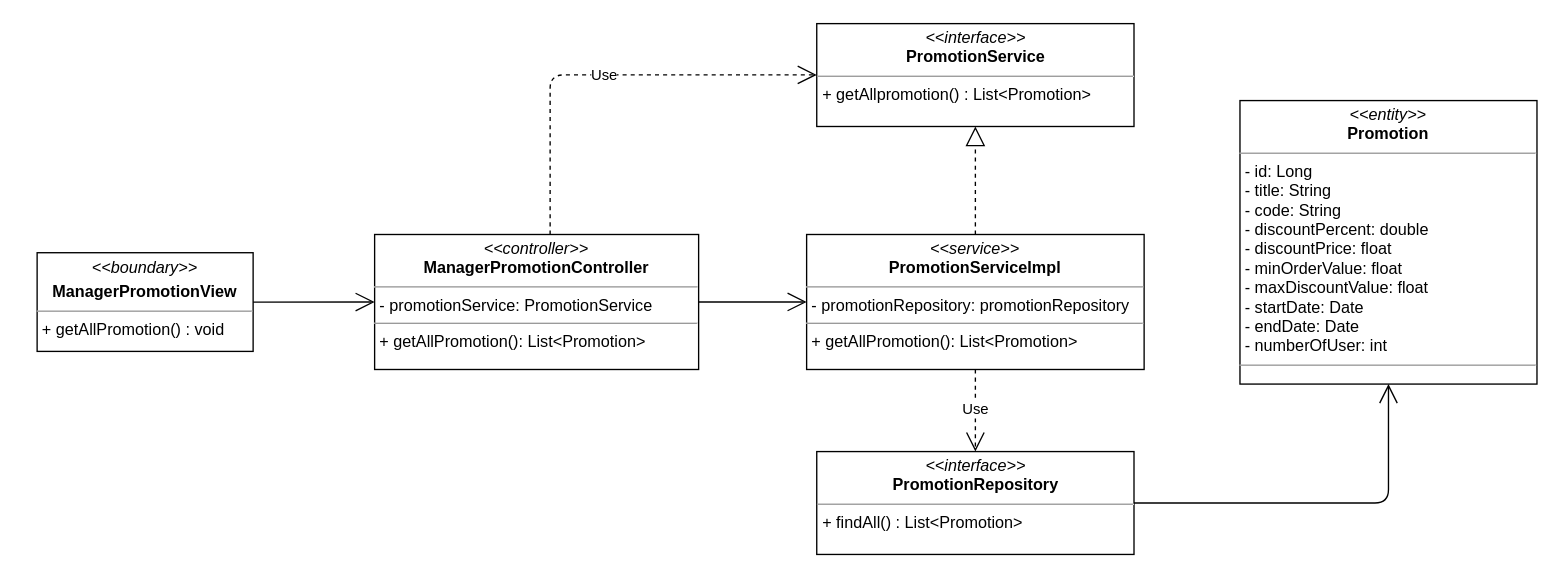
nguyenphamvan/datn_20202 keeps this draw.io diagram as class diagram/manager-promotion-class-diagram.drawio. Above is the earlier version. Source tidied: cells renumbered, new cells numbered last; positions are measured from the earlier drawing's top-left corner, leaving out a move shared by most shapes. Both pictures are drawn from the tidied source at 135%, with x=0, y=0 at pixel (36, 23).
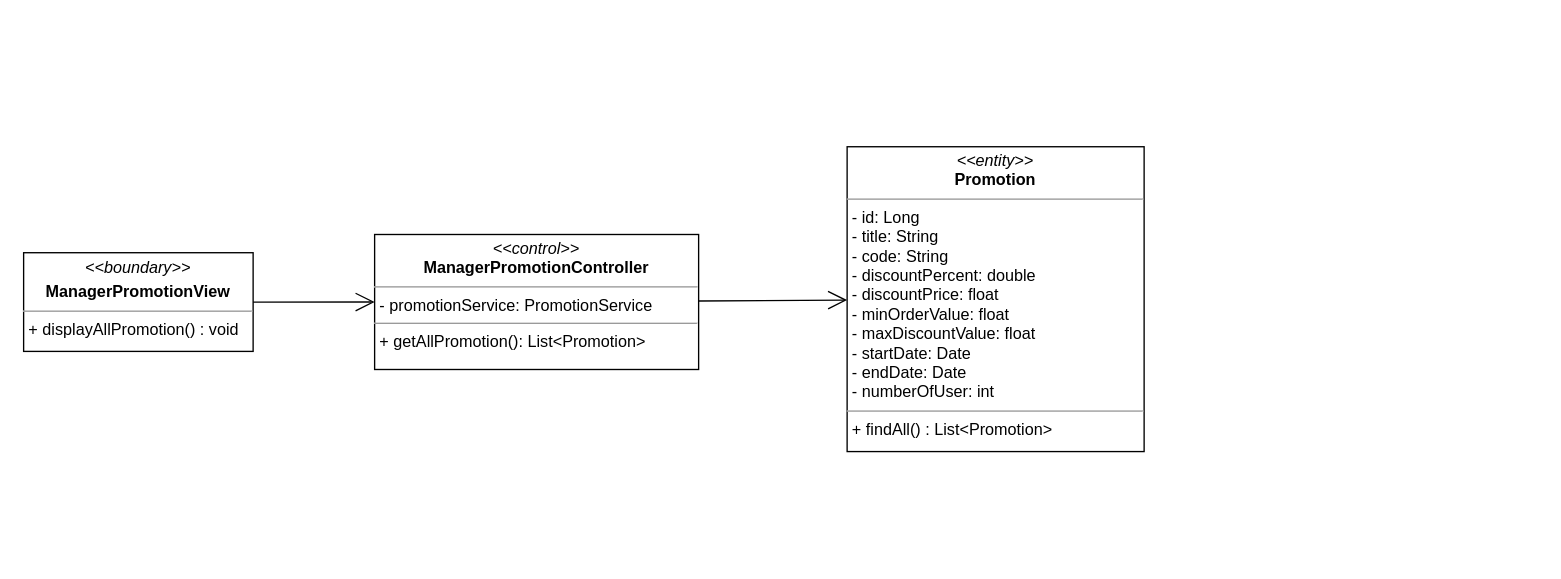
After the change.

The edit, as a diff of the source:
```diff
@@
 <mxGraphModel>
   <root>
     <mxCell id="0" />
     <mxCell id="1" parent="0" />
-    <mxCell id="2" value="&lt;p style=&quot;margin: 0px ; margin-top: 4px ; text-align: center&quot;&gt;&lt;i&gt;&amp;lt;&amp;lt;boundary&amp;gt;&amp;gt;&lt;/i&gt;&lt;/p&gt;&lt;p style=&quot;margin: 0px ; margin-top: 4px ; text-align: center&quot;&gt;&lt;b&gt;ManagerPromotionView&lt;/b&gt;&lt;/p&gt;&lt;hr size=&quot;1&quot;&gt;&lt;p style=&quot;margin: 0px ; margin-left: 4px&quot;&gt;&lt;span&gt;+ getAllPromotion() : void&lt;/span&gt;&lt;br&gt;&lt;/p&gt;" style="verticalAlign=top;align=left;overflow=fill;fontSize=12;fontFamily=Helvetica;html=1;" parent="1" vertex="1">
-      <mxGeometry y="169.7" width="160" height="73.1" as="geometry" />
+    <mxCell id="2" value="&lt;p style=&quot;margin: 0px ; margin-top: 4px ; text-align: center&quot;&gt;&lt;i&gt;&amp;lt;&amp;lt;boundary&amp;gt;&amp;gt;&lt;/i&gt;&lt;/p&gt;&lt;p style=&quot;margin: 0px ; margin-top: 4px ; text-align: center&quot;&gt;&lt;b&gt;ManagerPromotionView&lt;/b&gt;&lt;/p&gt;&lt;hr size=&quot;1&quot;&gt;&lt;p style=&quot;margin: 0px ; margin-left: 4px&quot;&gt;&lt;span&gt;+ displayAllPromotion() : void&lt;/span&gt;&lt;br&gt;&lt;/p&gt;" style="verticalAlign=top;align=left;overflow=fill;fontSize=12;fontFamily=Helvetica;html=1;" parent="1" vertex="1">
+      <mxGeometry x="-10" y="169.7" width="170" height="73.1" as="geometry" />
     </mxCell>
     <mxCell id="3" style="endArrow=open;endFill=1;endSize=12;html=1;entryX=0;entryY=0.5;entryDx=0;entryDy=0;exitX=1;exitY=0.5;exitDx=0;exitDy=0;" parent="1" edge="1" source="2" target="7">
       <mxGeometry relative="1" as="geometry" />
     </mxCell>
-    <mxCell id="4" style="endArrow=open;endFill=1;endSize=12;html=1;exitX=1;exitY=0.5;exitDx=0;exitDy=0;edgeStyle=orthogonalEdgeStyle;" parent="1" edge="1" source="5" target="13">
-      <mxGeometry relative="1" as="geometry" />
-    </mxCell>
-    <mxCell id="5" value="&lt;p style=&quot;margin: 0px ; margin-top: 4px ; text-align: center&quot;&gt;&lt;i&gt;&amp;lt;&amp;lt;interface&amp;gt;&amp;gt;&lt;/i&gt;&lt;br&gt;&lt;b&gt;PromotionRepository&lt;/b&gt;&lt;/p&gt;&lt;hr size=&quot;1&quot;&gt;&lt;p style=&quot;margin: 0px ; margin-left: 4px&quot;&gt;+ findAll() : List&amp;lt;Promotion&amp;gt;&lt;/p&gt;" style="verticalAlign=top;align=left;overflow=fill;fontSize=12;fontFamily=Helvetica;html=1;" parent="1" vertex="1">
-      <mxGeometry x="577.5" y="317" width="235" height="76.2" as="geometry" />
-    </mxCell>
-    <mxCell id="6" value="&lt;p style=&quot;margin: 0px ; margin-top: 4px ; text-align: center&quot;&gt;&lt;i&gt;&amp;lt;&amp;lt;interface&amp;gt;&amp;gt;&lt;/i&gt;&lt;br&gt;&lt;b&gt;PromotionService&lt;/b&gt;&lt;/p&gt;&lt;hr size=&quot;1&quot;&gt;&lt;p style=&quot;margin: 0px ; margin-left: 4px&quot;&gt;+ getAllpromotion() : List&amp;lt;Promotion&amp;gt;&lt;/p&gt;" style="verticalAlign=top;align=left;overflow=fill;fontSize=12;fontFamily=Helvetica;html=1;" parent="1" vertex="1">
-      <mxGeometry x="577.5" width="235" height="76.2" as="geometry" />
-    </mxCell>
-    <mxCell id="7" value="&lt;p style=&quot;margin: 0px ; margin-top: 4px ; text-align: center&quot;&gt;&lt;i&gt;&amp;lt;&amp;lt;controller&amp;gt;&amp;gt;&lt;/i&gt;&lt;br&gt;&lt;b&gt;ManagerPromotionController&lt;/b&gt;&lt;br&gt;&lt;/p&gt;&lt;hr size=&quot;1&quot;&gt;&lt;p style=&quot;margin: 0px ; margin-left: 4px&quot;&gt;- promotionService: PromotionService&lt;br&gt;&lt;/p&gt;&lt;hr size=&quot;1&quot;&gt;&lt;p style=&quot;margin: 0px ; margin-left: 4px&quot;&gt;+ getAllPromotion(): List&amp;lt;Promotion&amp;gt;&lt;br&gt;&lt;/p&gt;" style="verticalAlign=top;align=left;overflow=fill;fontSize=12;fontFamily=Helvetica;html=1;" parent="1" vertex="1">
+    <mxCell id="7" value="&lt;p style=&quot;margin: 0px ; margin-top: 4px ; text-align: center&quot;&gt;&lt;i&gt;&amp;lt;&amp;lt;control&amp;gt;&amp;gt;&lt;/i&gt;&lt;br&gt;&lt;b&gt;ManagerPromotionController&lt;/b&gt;&lt;br&gt;&lt;/p&gt;&lt;hr size=&quot;1&quot;&gt;&lt;p style=&quot;margin: 0px ; margin-left: 4px&quot;&gt;- promotionService: PromotionService&lt;br&gt;&lt;/p&gt;&lt;hr size=&quot;1&quot;&gt;&lt;p style=&quot;margin: 0px ; margin-left: 4px&quot;&gt;+ getAllPromotion(): List&amp;lt;Promotion&amp;gt;&lt;br&gt;&lt;/p&gt;" style="verticalAlign=top;align=left;overflow=fill;fontSize=12;fontFamily=Helvetica;html=1;" parent="1" vertex="1">
       <mxGeometry x="250" y="156.2" width="240" height="100" as="geometry" />
     </mxCell>
-    <mxCell id="8" value="&lt;p style=&quot;margin: 0px ; margin-top: 4px ; text-align: center&quot;&gt;&lt;i&gt;&amp;lt;&amp;lt;service&amp;gt;&amp;gt;&lt;/i&gt;&lt;br&gt;&lt;b&gt;PromotionServiceImpl&lt;/b&gt;&lt;/p&gt;&lt;hr size=&quot;1&quot;&gt;&lt;p style=&quot;margin: 0px ; margin-left: 4px&quot;&gt;- promotionRepository: promotionRepository&lt;br&gt;&lt;/p&gt;&lt;hr size=&quot;1&quot;&gt;&lt;p style=&quot;margin: 0px ; margin-left: 4px&quot;&gt;+ getAllPromotion(): List&amp;lt;Promotion&amp;gt;&lt;br&gt;&lt;/p&gt;" style="verticalAlign=top;align=left;overflow=fill;fontSize=12;fontFamily=Helvetica;html=1;" parent="1" vertex="1">
-      <mxGeometry x="570" y="156.2" width="250" height="100" as="geometry" />
-    </mxCell>
-    <mxCell id="9" value="Use" style="endArrow=open;endSize=12;dashed=1;html=1;edgeStyle=orthogonalEdgeStyle;" parent="1" edge="1" source="7" target="6">
-      <mxGeometry relative="1" as="geometry">
-        <Array as="points">
-          <mxPoint x="380" y="38" />
-        </Array>
-      </mxGeometry>
-    </mxCell>
-    <mxCell id="10" style="endArrow=block;dashed=1;endFill=0;endSize=12;html=1;" parent="1" edge="1" source="8" target="6">
-      <mxGeometry relative="1" as="geometry" />
-    </mxCell>
-    <mxCell id="11" value="Use" style="endArrow=open;endSize=12;dashed=1;html=1;" parent="1" edge="1" source="8" target="5">
-      <mxGeometry relative="1" as="geometry" />
-    </mxCell>
-    <mxCell id="12" style="endArrow=open;endFill=1;endSize=12;html=1;" parent="1" edge="1" source="7" target="8">
+    <mxCell id="12" style="endArrow=open;endFill=1;endSize=12;html=1;" parent="1" edge="1" source="7" target="13">
       <mxGeometry relative="1" as="geometry" />
     </mxCell>
-    <mxCell id="13" value="&lt;p style=&quot;margin: 0px ; margin-top: 4px ; text-align: center&quot;&gt;&lt;i&gt;&amp;lt;&amp;lt;entity&amp;gt;&amp;gt;&lt;/i&gt;&lt;br&gt;&lt;b&gt;Promotion&lt;/b&gt;&lt;/p&gt;&lt;hr size=&quot;1&quot;&gt;&lt;p style=&quot;margin: 0px ; margin-left: 4px&quot;&gt;- id: Long&lt;/p&gt;&lt;p style=&quot;margin: 0px 0px 0px 4px&quot;&gt;- title: String&lt;br&gt;- code: String&lt;/p&gt;&lt;p style=&quot;margin: 0px 0px 0px 4px&quot;&gt;- discountPercent: double&lt;/p&gt;&lt;p style=&quot;margin: 0px 0px 0px 4px&quot;&gt;- discountPrice: float&lt;/p&gt;&lt;p style=&quot;margin: 0px 0px 0px 4px&quot;&gt;- minOrderValue: float&lt;/p&gt;&lt;p style=&quot;margin: 0px 0px 0px 4px&quot;&gt;- maxDiscountValue: float&lt;/p&gt;&lt;p style=&quot;margin: 0px 0px 0px 4px&quot;&gt;- startDate: Date&lt;/p&gt;&lt;p style=&quot;margin: 0px 0px 0px 4px&quot;&gt;- endDate: Date&lt;/p&gt;&lt;p style=&quot;margin: 0px 0px 0px 4px&quot;&gt;- numberOfUser: int&lt;span&gt;&amp;nbsp;&lt;/span&gt;&lt;/p&gt;&lt;hr size=&quot;1&quot;&gt;&lt;p style=&quot;margin: 0px ; margin-left: 4px&quot;&gt;&lt;br&gt;&lt;/p&gt;" style="verticalAlign=top;align=left;overflow=fill;fontSize=12;fontFamily=Helvetica;html=1;" parent="1" vertex="1">
-      <mxGeometry x="891" y="57" width="220" height="210" as="geometry" />
+    <mxCell id="13" value="&lt;p style=&quot;margin: 0px ; margin-top: 4px ; text-align: center&quot;&gt;&lt;i&gt;&amp;lt;&amp;lt;entity&amp;gt;&amp;gt;&lt;/i&gt;&lt;br&gt;&lt;b&gt;Promotion&lt;/b&gt;&lt;/p&gt;&lt;hr size=&quot;1&quot;&gt;&lt;p style=&quot;margin: 0px ; margin-left: 4px&quot;&gt;- id: Long&lt;/p&gt;&lt;p style=&quot;margin: 0px 0px 0px 4px&quot;&gt;- title: String&lt;br&gt;- code: String&lt;/p&gt;&lt;p style=&quot;margin: 0px 0px 0px 4px&quot;&gt;- discountPercent: double&lt;/p&gt;&lt;p style=&quot;margin: 0px 0px 0px 4px&quot;&gt;- discountPrice: float&lt;/p&gt;&lt;p style=&quot;margin: 0px 0px 0px 4px&quot;&gt;- minOrderValue: float&lt;/p&gt;&lt;p style=&quot;margin: 0px 0px 0px 4px&quot;&gt;- maxDiscountValue: float&lt;/p&gt;&lt;p style=&quot;margin: 0px 0px 0px 4px&quot;&gt;- startDate: Date&lt;/p&gt;&lt;p style=&quot;margin: 0px 0px 0px 4px&quot;&gt;- endDate: Date&lt;/p&gt;&lt;p style=&quot;margin: 0px 0px 0px 4px&quot;&gt;- numberOfUser: int&lt;span&gt;&amp;nbsp;&lt;/span&gt;&lt;/p&gt;&lt;hr size=&quot;1&quot;&gt;&lt;p style=&quot;margin: 0px ; margin-left: 4px&quot;&gt;+ findAll() : List&amp;lt;Promotion&amp;gt;&lt;/p&gt;" style="verticalAlign=top;align=left;overflow=fill;fontSize=12;fontFamily=Helvetica;html=1;" parent="1" vertex="1">
+      <mxGeometry x="600" y="91.2" width="220" height="225.8" as="geometry" />
     </mxCell>
   </root>
 </mxGraphModel>
```
